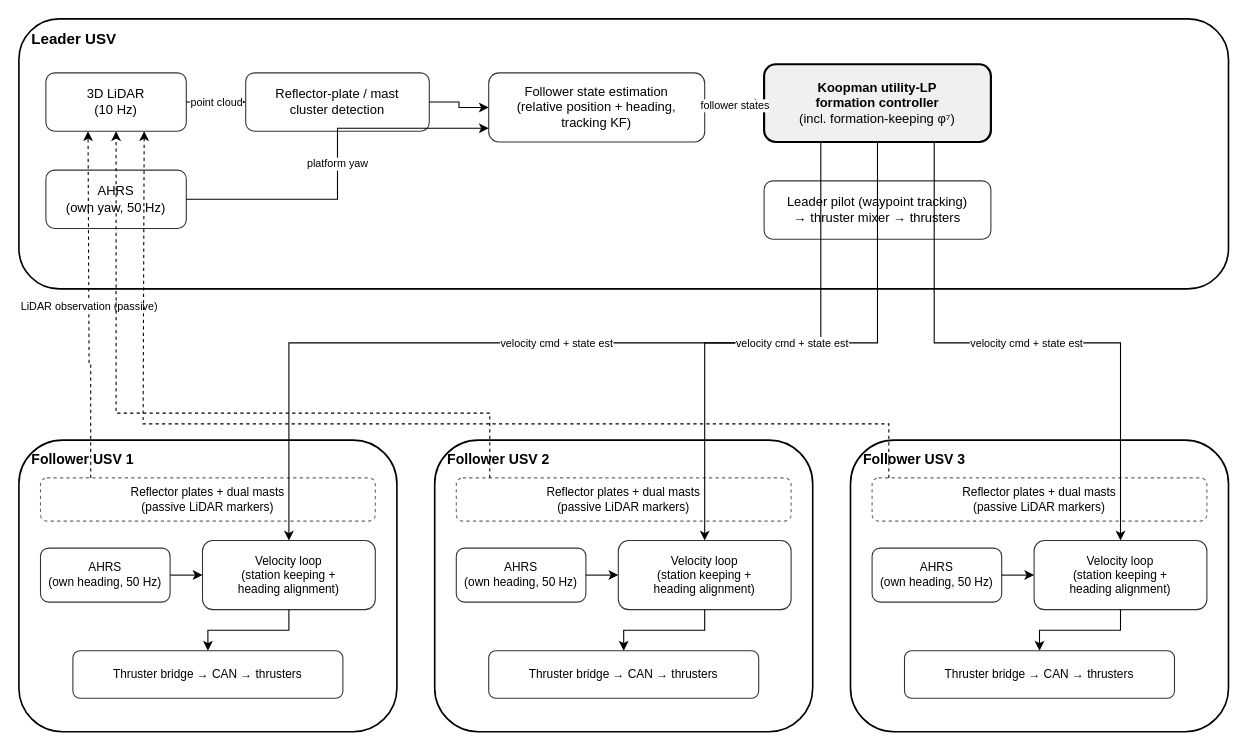
The draw.io diagram IEEE-conference-template-062824/fig/system_architecture.drawio in yuuu1121/GTBOT, before the edit. Source tidied: cells renumbered, new cells numbered last; positions are measured from the earlier drawing's top-left corner, leaving out a move shared by most shapes. Both pictures are drawn from the tidied source at 108%, with x=0, y=0 at pixel (18, 18).
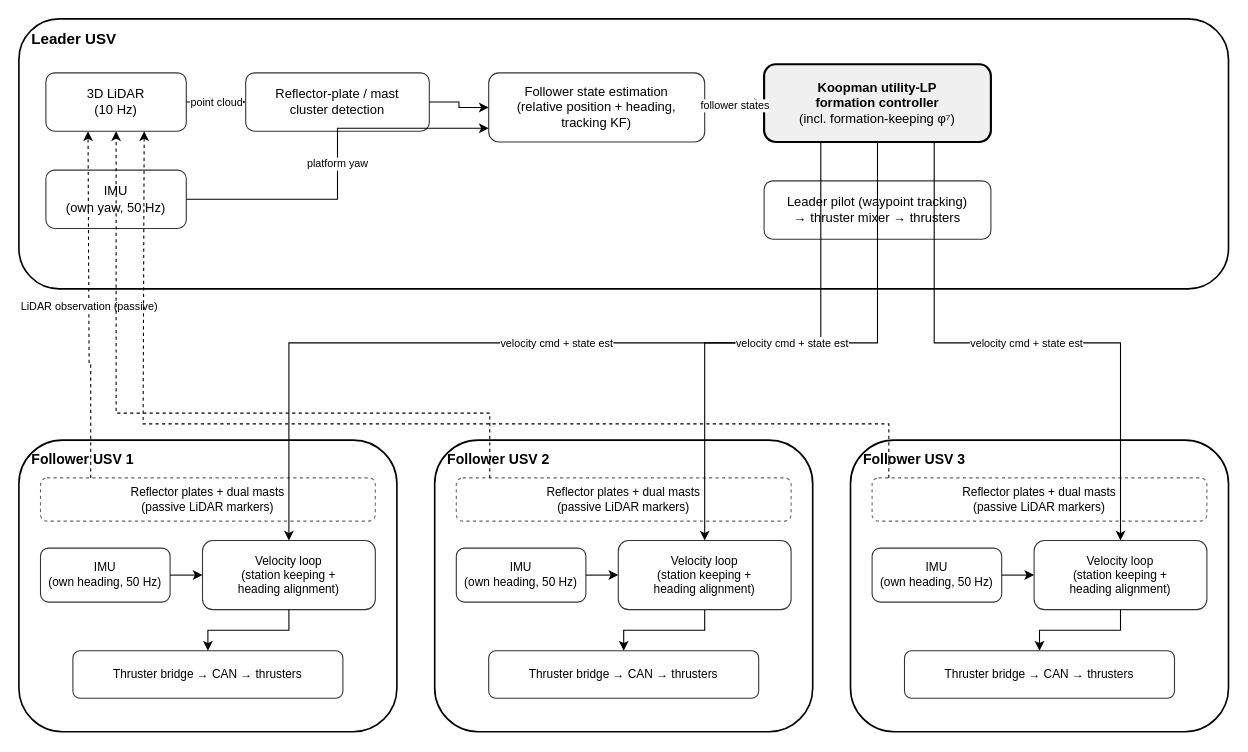
Above is the later version.

Commit message:
draft(ut27): 아키텍처 그림 AHRS→IMU 표기 변경

Claude-Session: https://claude.ai/code/session_019qNLAuEkV57fTxt2qoVVH8

Diff of the diagram source:
```diff
@@
-    <mxCell id="4" value="AHRS&lt;br&gt;(own yaw, 50 Hz)" style="rounded=1;whiteSpace=wrap;html=1;fillColor=#ffffff;strokeColor=#333333;fontSize=12;" parent="1" vertex="1">
+    <mxCell id="4" value="IMU&lt;br&gt;(own yaw, 50 Hz)" style="rounded=1;whiteSpace=wrap;html=1;fillColor=#ffffff;strokeColor=#333333;fontSize=12;" parent="1" vertex="1">
       <mxGeometry x="25" y="140" width="130" height="54" as="geometry" />
     </mxCell>
@@
-    <mxCell id="15" value="AHRS&lt;br&gt;(own heading, 50 Hz)" style="rounded=1;whiteSpace=wrap;html=1;fillColor=#ffffff;strokeColor=#333333;fontSize=11;" parent="1" vertex="1">
+    <mxCell id="15" value="IMU&lt;br&gt;(own heading, 50 Hz)" style="rounded=1;whiteSpace=wrap;html=1;fillColor=#ffffff;strokeColor=#333333;fontSize=11;" parent="1" vertex="1">
       <mxGeometry x="20" y="490" width="120" height="50" as="geometry" />
     </mxCell>
@@
-    <mxCell id="22" value="AHRS&lt;br&gt;(own heading, 50 Hz)" style="rounded=1;whiteSpace=wrap;html=1;fillColor=#ffffff;strokeColor=#333333;fontSize=11;" parent="1" vertex="1">
+    <mxCell id="22" value="IMU&lt;br&gt;(own heading, 50 Hz)" style="rounded=1;whiteSpace=wrap;html=1;fillColor=#ffffff;strokeColor=#333333;fontSize=11;" parent="1" vertex="1">
       <mxGeometry x="405" y="490" width="120" height="50" as="geometry" />
     </mxCell>
@@
-    <mxCell id="29" value="AHRS&lt;br&gt;(own heading, 50 Hz)" style="rounded=1;whiteSpace=wrap;html=1;fillColor=#ffffff;strokeColor=#333333;fontSize=11;" parent="1" vertex="1">
+    <mxCell id="29" value="IMU&lt;br&gt;(own heading, 50 Hz)" style="rounded=1;whiteSpace=wrap;html=1;fillColor=#ffffff;strokeColor=#333333;fontSize=11;" parent="1" vertex="1">
       <mxGeometry x="790" y="490" width="120" height="50" as="geometry" />
     </mxCell>
```
